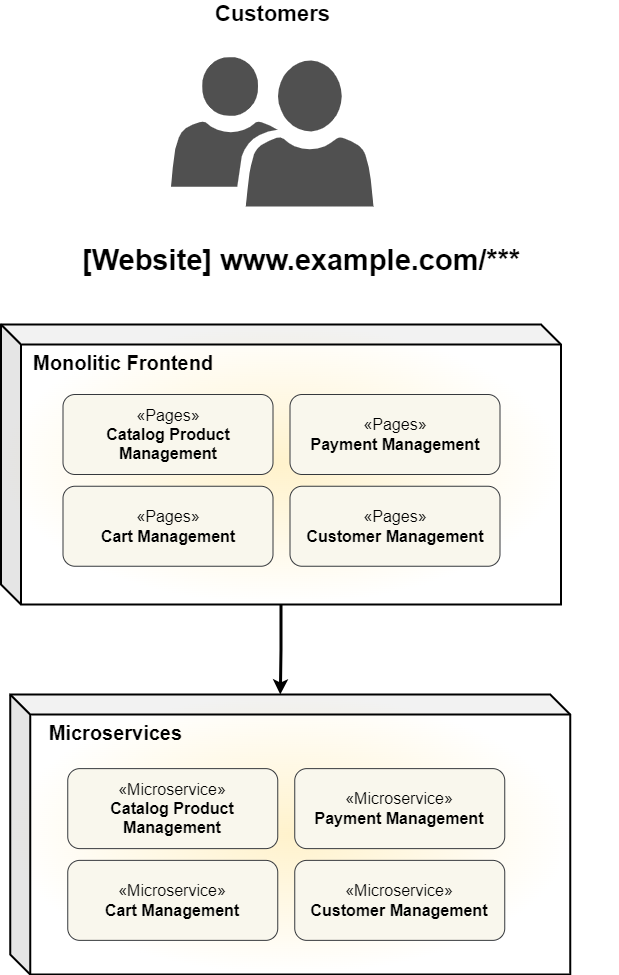
The draw.io diagram images/Strangler_Fig_Monolith.png in soryan01/strangler-fig-microfrontend, before a commit. Source tidied: cells renumbered, new cells last; positions are measured from the earlier drawing's top-left corner, leaving out a move shared by most shapes. Its diagram source:
```xml
<mxGraphModel>
  <root>
    <mxCell id="0" />
    <mxCell id="1" parent="0" />
    <mxCell id="2" value="&lt;span style=&quot;font-size: 20px;&quot;&gt;&lt;b&gt;&amp;nbsp; Monolitic Frontend&lt;/b&gt;&lt;/span&gt;" style="shape=cube;whiteSpace=wrap;html=1;boundedLbl=1;backgroundOutline=1;darkOpacity=0.05;darkOpacity2=0.1;align=left;verticalAlign=top;shadow=0;gradientColor=#FFFFFF;fillColor=#FFF2CC;gradientDirection=radial;strokeWidth=2;" parent="1" vertex="1">
      <mxGeometry y="268" width="560" height="280" as="geometry" />
    </mxCell>
    <mxCell id="3" value="&lt;font style=&quot;font-size: 16px;&quot;&gt;«Pages»&lt;br style=&quot;&quot;&gt;&lt;b&gt;Customer Management&lt;/b&gt;&lt;/font&gt;" style="html=1;whiteSpace=wrap;fontSize=9;rounded=1;align=center;verticalAlign=middle;fontFamily=Helvetica;fillColor=#f9f7ed;fontColor=default;strokeColor=#36393d;" parent="1" vertex="1">
      <mxGeometry x="289" y="429.8" width="210" height="80" as="geometry" />
    </mxCell>
    <mxCell id="4" value="&lt;font style=&quot;font-size: 16px;&quot;&gt;«Pages»&lt;br style=&quot;&quot;&gt;&lt;b&gt;Cart Management&lt;/b&gt;&lt;/font&gt;" style="html=1;whiteSpace=wrap;fontSize=9;rounded=1;align=center;verticalAlign=middle;fontFamily=Helvetica;fillColor=#f9f7ed;fontColor=default;strokeColor=#36393d;" parent="1" vertex="1">
      <mxGeometry x="62" y="429.8" width="210" height="80" as="geometry" />
    </mxCell>
    <mxCell id="5" value="&lt;font style=&quot;font-size: 16px;&quot;&gt;«Pages»&lt;br style=&quot;&quot;&gt;&lt;b&gt;Payment Management&lt;/b&gt;&lt;/font&gt;" style="html=1;whiteSpace=wrap;fontSize=9;rounded=1;align=center;verticalAlign=middle;fontFamily=Helvetica;fillColor=#f9f7ed;fontColor=default;strokeColor=#36393d;" parent="1" vertex="1">
      <mxGeometry x="289" y="338" width="210" height="80" as="geometry" />
    </mxCell>
    <mxCell id="6" value="&lt;font style=&quot;font-size: 16px;&quot;&gt;«Pages»&lt;br style=&quot;&quot;&gt;&lt;b&gt;Catalog Product Management&lt;/b&gt;&lt;/font&gt;" style="html=1;whiteSpace=wrap;fontSize=9;rounded=1;align=center;verticalAlign=middle;fontFamily=Helvetica;fillColor=#f9f7ed;strokeColor=#36393d;" parent="1" vertex="1">
      <mxGeometry x="62" y="338" width="210" height="80" as="geometry" />
    </mxCell>
    <mxCell id="7" value="&lt;span style=&quot;font-size: 20px;&quot;&gt;&lt;b&gt;&amp;nbsp; &amp;nbsp;Microservices&lt;/b&gt;&lt;/span&gt;" style="shape=cube;whiteSpace=wrap;html=1;boundedLbl=1;backgroundOutline=1;darkOpacity=0.05;darkOpacity2=0.1;align=left;verticalAlign=top;shadow=0;gradientColor=#FFFFFF;fillColor=#FFF2CC;gradientDirection=radial;strokeWidth=2;" parent="1" vertex="1">
      <mxGeometry x="9.2" y="638" width="560" height="280" as="geometry" />
    </mxCell>
    <mxCell id="8" value="&lt;font style=&quot;font-size: 16px;&quot;&gt;«Microservice»&lt;br style=&quot;&quot;&gt;&lt;b&gt;Customer Management&lt;/b&gt;&lt;/font&gt;" style="html=1;whiteSpace=wrap;fontSize=9;rounded=1;align=center;verticalAlign=middle;fontFamily=Helvetica;fillColor=#f9f7ed;fontColor=default;strokeColor=#36393d;" parent="1" vertex="1">
      <mxGeometry x="293.8" y="803.9" width="210" height="80" as="geometry" />
    </mxCell>
    <mxCell id="9" value="&lt;font style=&quot;font-size: 16px;&quot;&gt;«Microservice»&lt;br style=&quot;&quot;&gt;&lt;b&gt;Cart Management&lt;/b&gt;&lt;/font&gt;" style="html=1;whiteSpace=wrap;fontSize=9;rounded=1;align=center;verticalAlign=middle;fontFamily=Helvetica;fillColor=#f9f7ed;fontColor=default;strokeColor=#36393d;" parent="1" vertex="1">
      <mxGeometry x="66.8" y="803.9" width="210" height="80" as="geometry" />
    </mxCell>
    <mxCell id="10" value="&lt;font style=&quot;font-size: 16px;&quot;&gt;«Microservice»&lt;br style=&quot;&quot;&gt;&lt;b&gt;Payment Management&lt;/b&gt;&lt;/font&gt;" style="html=1;whiteSpace=wrap;fontSize=9;rounded=1;align=center;verticalAlign=middle;fontFamily=Helvetica;fillColor=#f9f7ed;fontColor=default;strokeColor=#36393d;" parent="1" vertex="1">
      <mxGeometry x="293.8" y="712.1" width="210" height="80" as="geometry" />
    </mxCell>
    <mxCell id="11" value="&lt;font style=&quot;font-size: 16px;&quot;&gt;«Microservice»&lt;br style=&quot;&quot;&gt;&lt;b&gt;Catalog Product Management&lt;/b&gt;&lt;/font&gt;" style="html=1;whiteSpace=wrap;fontSize=9;rounded=1;align=center;verticalAlign=middle;fontFamily=Helvetica;fillColor=#f9f7ed;strokeColor=#36393d;" parent="1" vertex="1">
      <mxGeometry x="66.8" y="712.1" width="210" height="80" as="geometry" />
    </mxCell>
    <mxCell id="12" style="edgeStyle=orthogonalEdgeStyle;rounded=0;jettySize=auto;html=1;entryX=0;entryY=0;entryDx=270;entryDy=0;entryPerimeter=0;strokeWidth=3;" parent="1" edge="1" source="2" target="7">
      <mxGeometry relative="1" as="geometry" />
    </mxCell>
    <mxCell id="13" value="&lt;b&gt;Customers&lt;/b&gt;&lt;div&gt;&lt;br&gt;&lt;/div&gt;" style="sketch=0;shadow=0;dashed=0;html=1;strokeColor=none;labelPosition=center;verticalLabelPosition=top;verticalAlign=bottom;align=center;fillColor=#505050;shape=mxgraph.mscae.intune.user_group;fontSize=22;" parent="1" vertex="1">
      <mxGeometry x="170" width="202.6" height="149.9" as="geometry" />
    </mxCell>
    <object id="14" label="&lt;font style=&quot;font-size: 29px;&quot;&gt;&lt;b style=&quot;font-size: 29px;&quot;&gt;&lt;div style=&quot;text-align: left; font-size: 29px;&quot;&gt;%c4Name%&lt;/div&gt;&lt;/b&gt;&lt;/font&gt;&lt;div style=&quot;text-align: left; font-size: 29px;&quot;&gt;%c4Description%&lt;/div&gt;" c4Description="" c4Name="[Website] www.example.com/***" c4Type="ContainerDiagramTitle" placeholders="1">
      <mxCell style="text;html=1;strokeColor=none;fillColor=none;align=left;verticalAlign=top;whiteSpace=wrap;rounded=0;fontFamily=Helvetica;fontSize=29;fontColor=default;" parent="1" vertex="1">
        <mxGeometry x="80" y="180" width="537.2" height="40" as="geometry" />
      </mxCell>
    </object>
  </root>
</mxGraphModel>
```
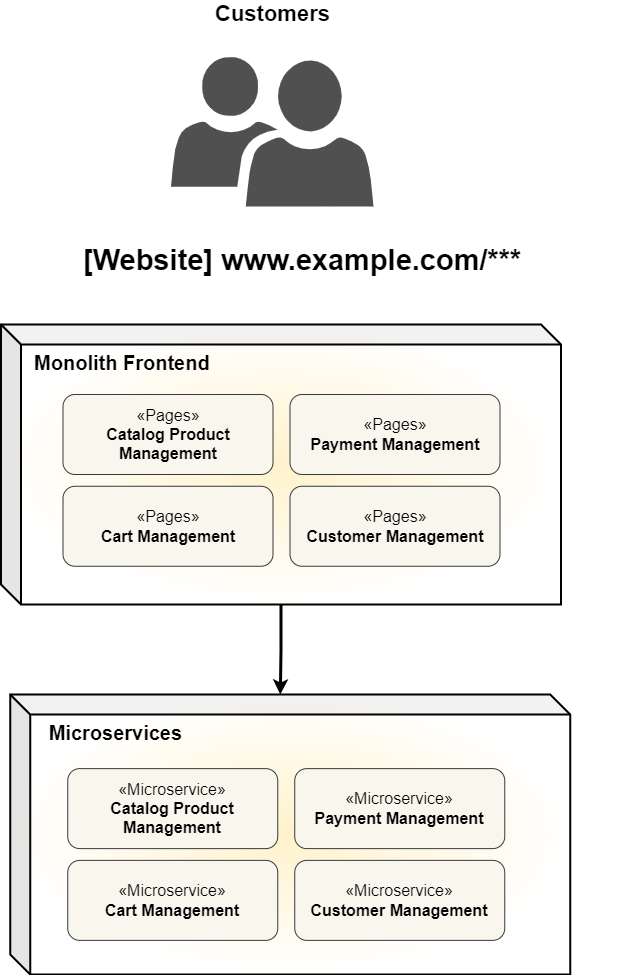
Later version of the same file.

Change to the diagram source:
```diff
@@ -2,7 +2,7 @@
   <root>
     <mxCell id="0" />
     <mxCell id="1" parent="0" />
-    <mxCell id="2" value="&lt;span style=&quot;font-size: 20px;&quot;&gt;&lt;b&gt;&amp;nbsp; Monolitic Frontend&lt;/b&gt;&lt;/span&gt;" style="shape=cube;whiteSpace=wrap;html=1;boundedLbl=1;backgroundOutline=1;darkOpacity=0.05;darkOpacity2=0.1;align=left;verticalAlign=top;shadow=0;gradientColor=#FFFFFF;fillColor=#FFF2CC;gradientDirection=radial;strokeWidth=2;" parent="1" vertex="1">
+    <mxCell id="2" value="&lt;span style=&quot;font-size: 20px;&quot;&gt;&lt;b&gt;&amp;nbsp; Monolith Frontend&lt;/b&gt;&lt;/span&gt;" style="shape=cube;whiteSpace=wrap;html=1;boundedLbl=1;backgroundOutline=1;darkOpacity=0.05;darkOpacity2=0.1;align=left;verticalAlign=top;shadow=0;gradientColor=#FFFFFF;fillColor=#FFF2CC;gradientDirection=radial;strokeWidth=2;" parent="1" vertex="1">
       <mxGeometry y="268" width="560" height="280" as="geometry" />
     </mxCell>
     <mxCell id="3" value="&lt;font style=&quot;font-size: 16px;&quot;&gt;«Pages»&lt;br style=&quot;&quot;&gt;&lt;b&gt;Customer Management&lt;/b&gt;&lt;/font&gt;" style="html=1;whiteSpace=wrap;fontSize=9;rounded=1;align=center;verticalAlign=middle;fontFamily=Helvetica;fillColor=#f9f7ed;fontColor=default;strokeColor=#36393d;" parent="1" vertex="1">
```
